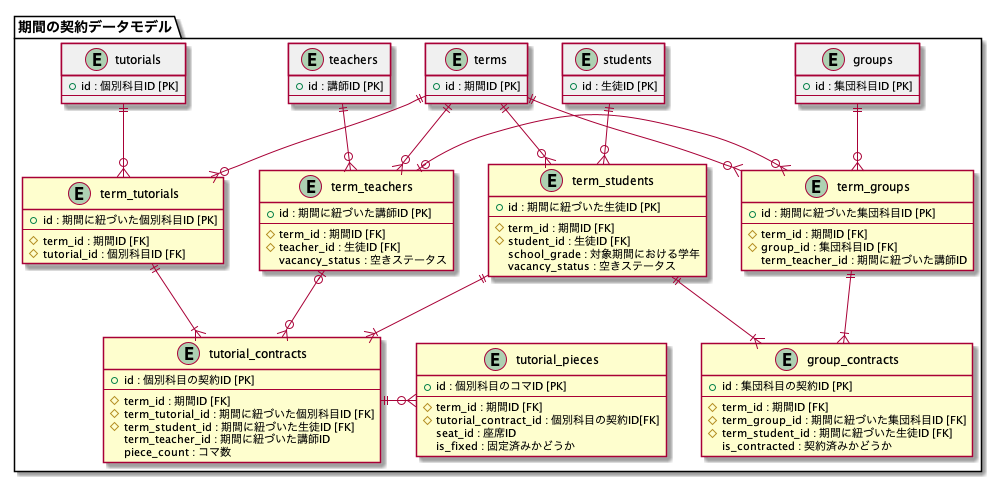
Before: application/doc/term_contract_data_model.png, a diagram exported from PlantUML (mass584/rakuraku_komagumi).
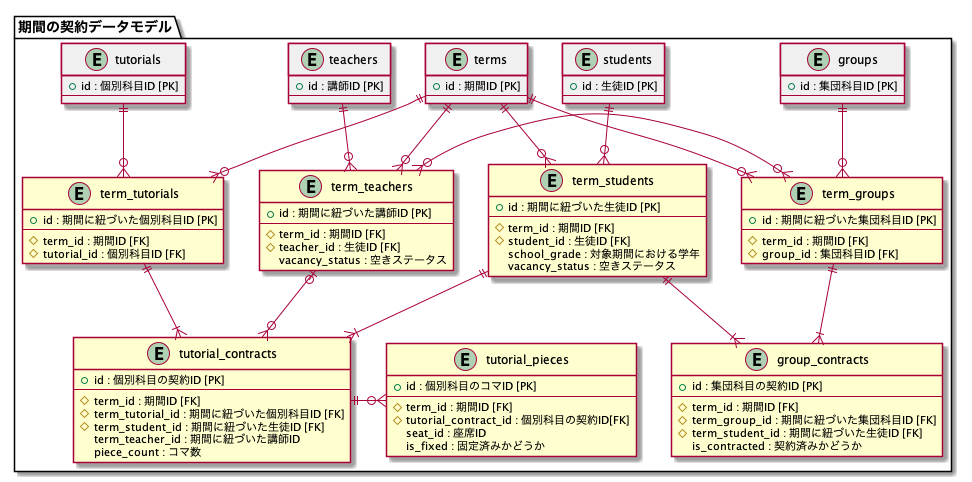
The same diagram one commit later.

The edit, as a diff of the source:
```diff
@@ -55,7 +55,6 @@
     --
     # term_id : 期間ID [FK]
     # group_id : 集団科目ID [FK]
-    term_teacher_id : 期間に紐づいた講師ID
   }
 
   entity "tutorial_contracts" {
@@ -98,7 +97,7 @@
 term_students ||-do-|{ tutorial_contracts
 term_students ||-do-|{ group_contracts
 term_teachers |o-do-o{ tutorial_contracts
-term_teachers |o-ri-o{ term_groups
+term_teachers }o-ri-o{ term_groups
 term_tutorials ||-do-|{ tutorial_contracts
 term_groups ||-do-|{ group_contracts
 tutorial_contracts ||-ri-o{ tutorial_pieces
```
